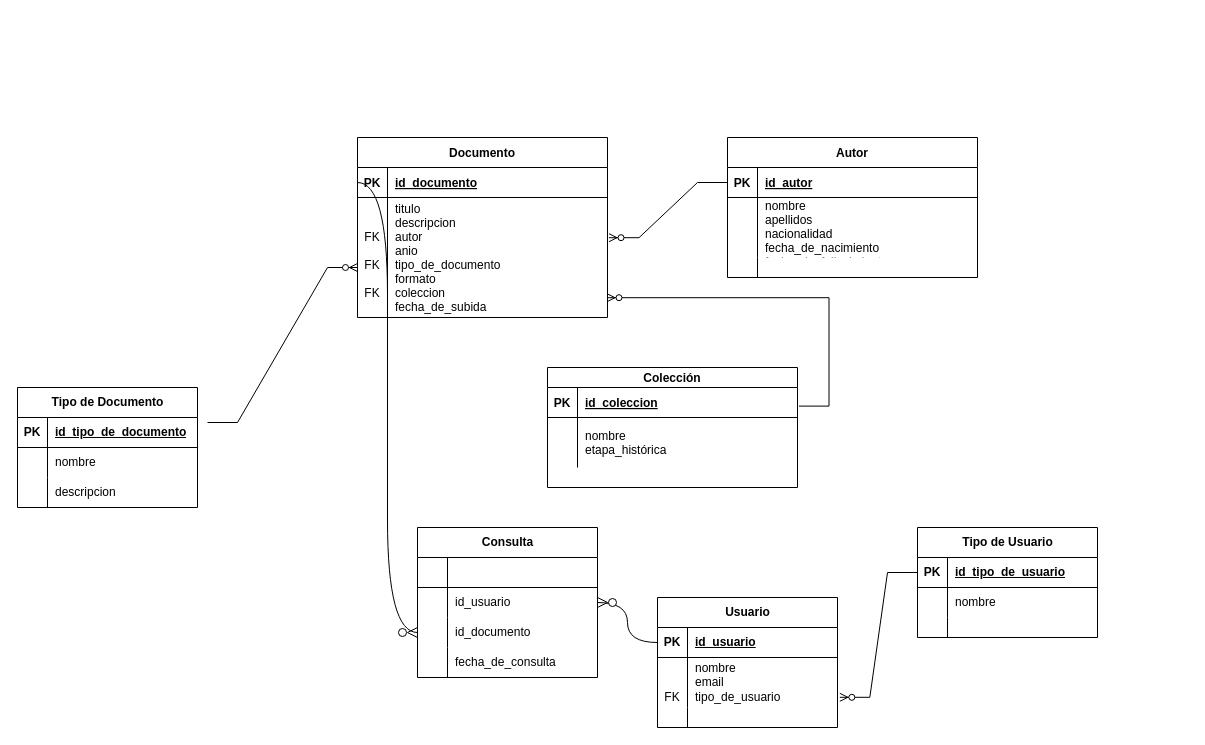
This is aetas-historia-ER.drawio from reyes-art-car/aetas-historia, a draw.io file, before an edit. Source tidied: cells renumbered, new cells numbered last; positions are measured from the earlier drawing's top-left corner, leaving out a move shared by most shapes. Both pictures are drawn from the tidied source at 100%, with x=0, y=0 at pixel (17, 137).
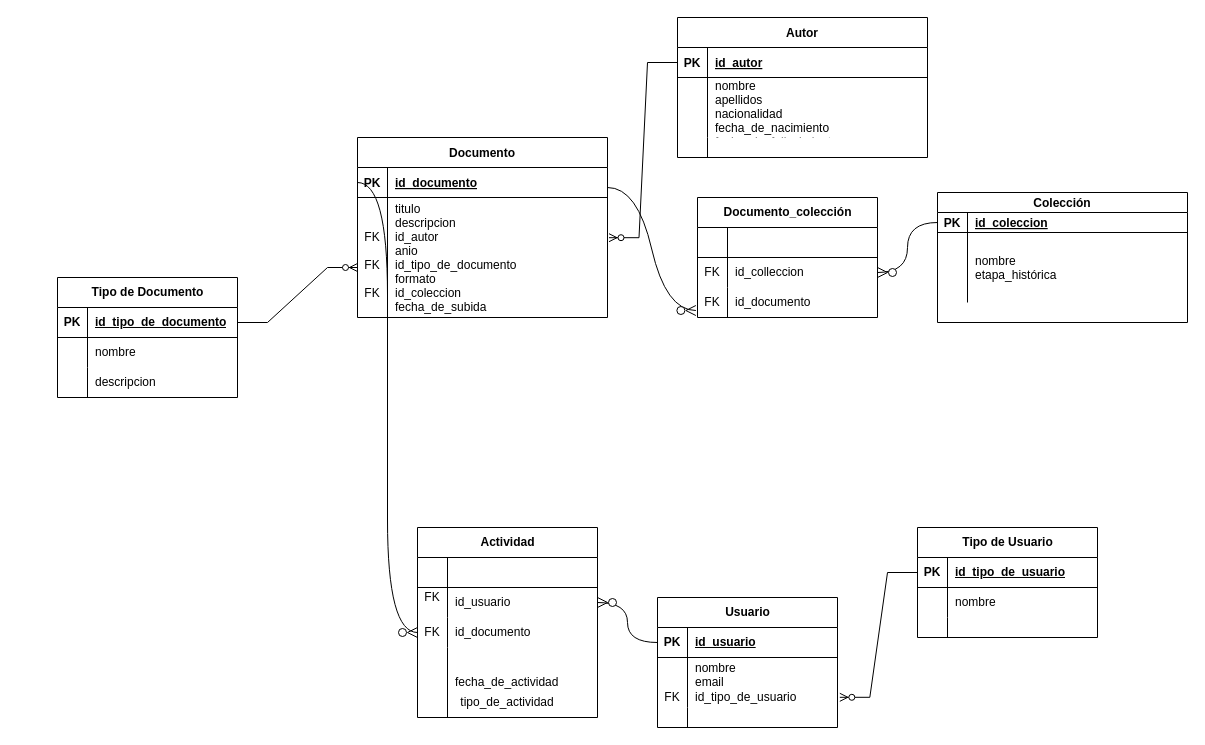
After the change.

Unchanged cells that the change refers to:
```xml
<mxCell id="23" style="shape=partialRectangle;fillColor=none;points=[[0,0.5],[1,0.5]];portConstraint=eastwest;top=0;left=0;right=0;bottom=0;" parent="19" vertex="1">
  <mxGeometry y="60" width="250" height="120" as="geometry" />
</mxCell>
<mxCell id="27" style="shape=tableRow;horizontal=0;startSize=0;swimlaneHead=0;swimlaneBody=0;fillColor=none;points=[[0,0.5],[1,0.5]];portConstraint=eastwest;top=0;left=0;right=0;bottom=1;" parent="26" vertex="1">
  <mxGeometry y="30" width="180" height="30" as="geometry" />
</mxCell>
<mxCell id="40" style="shape=tableRow;horizontal=0;startSize=0;swimlaneHead=0;swimlaneBody=0;fillColor=none;points=[[0,0.5],[1,0.5]];portConstraint=eastwest;top=0;left=0;right=0;bottom=0;" parent="36" vertex="1">
  <mxGeometry y="60" width="180" height="50" as="geometry" />
</mxCell>
<mxCell id="64" style="shape=tableRow;horizontal=0;startSize=0;swimlaneHead=0;swimlaneBody=0;fillColor=none;points=[[0,0.5],[1,0.5]];portConstraint=eastwest;top=0;left=0;right=0;bottom=0;" parent="60" vertex="1">
  <mxGeometry y="60" width="180" height="30" as="geometry" />
</mxCell>
<mxCell id="67" style="shape=tableRow;horizontal=0;startSize=0;swimlaneHead=0;swimlaneBody=0;fillColor=none;points=[[0,0.5],[1,0.5]];portConstraint=eastwest;top=0;left=0;right=0;bottom=0;" parent="60" vertex="1">
  <mxGeometry y="90" width="180" height="30" as="geometry" />
</mxCell>
```

The edit, as a diff of the source:
```diff
@@
     <mxCell id="2" value="Autor" style="shape=table;startSize=30;childLayout=tableLayout;rowLines=0;fontStyle=1;align=center;" parent="1" vertex="1">
-      <mxGeometry x="710" width="250" height="140" as="geometry" />
+      <mxGeometry x="660" y="-120" width="250" height="140" as="geometry" />
     </mxCell>
@@
     <mxCell id="12" value="Colección" style="shape=table;startSize=20;childLayout=tableLayout;rowLines=0;fontStyle=1;align=center;" parent="1" vertex="1">
-      <mxGeometry x="530" y="230" width="250" height="120" as="geometry" />
+      <mxGeometry x="920" y="55" width="250" height="130" as="geometry" />
     </mxCell>
     <mxCell id="13" style="shape=partialRectangle;fillColor=none;points=[[0,0.5],[1,0.5]];portConstraint=eastwest;top=0;left=0;right=0;bottom=1;" parent="12" vertex="1">
-      <mxGeometry y="20" width="250" height="30" as="geometry" />
+      <mxGeometry y="20" width="250" height="20" as="geometry" />
     </mxCell>
     <mxCell id="14" value="PK" style="shape=partialRectangle;overflow=hidden;fillColor=none;top=0;left=0;bottom=0;right=0;fontStyle=1;" parent="13" vertex="1">
-      <mxGeometry width="30" height="30" as="geometry" />
+      <mxGeometry width="30" height="20" as="geometry" />
     </mxCell>
     <mxCell id="15" value="id_coleccion" style="shape=partialRectangle;overflow=hidden;fillColor=none;top=0;left=0;bottom=0;right=0;align=left;spacingLeft=6;fontStyle=5;" parent="13" vertex="1">
-      <mxGeometry x="30" width="220" height="30" as="geometry" />
+      <mxGeometry x="30" width="220" height="20" as="geometry" />
     </mxCell>
     <mxCell id="16" style="shape=partialRectangle;fillColor=none;top=0;left=0;right=0;bottom=0;" parent="12" vertex="1">
-      <mxGeometry y="50" width="250" height="50" as="geometry" />
+      <mxGeometry y="40" width="250" height="70" as="geometry" />
     </mxCell>
     <mxCell id="17" style="shape=partialRectangle;overflow=hidden;fillColor=none;top=0;left=0;bottom=0;right=0;" parent="16" vertex="1">
-      <mxGeometry width="30" height="50" as="geometry" />
+      <mxGeometry width="30" height="70" as="geometry" />
     </mxCell>
     <mxCell id="18" value="nombre&#10;etapa_histórica" style="shape=partialRectangle;overflow=hidden;fillColor=none;top=0;left=0;bottom=0;right=0;align=left;spacingLeft=6;" parent="16" vertex="1">
-      <mxGeometry x="30" width="220" height="50" as="geometry" />
+      <mxGeometry x="30" width="220" height="70" as="geometry" />
     </mxCell>
@@
-    <mxCell id="25" value="titulo&#10;descripcion&#10;autor&#10;anio&#10;tipo_de_documento&#10;formato&#10;coleccion&#10;fecha_de_subida" style="shape=partialRectangle;overflow=hidden;fillColor=none;top=0;left=0;bottom=0;right=0;align=left;spacingLeft=6;" parent="23" vertex="1">
+    <mxCell id="25" value="titulo&#10;descripcion&#10;id_autor&#10;anio&#10;id_tipo_de_documento&#10;formato&#10;id_coleccion&#10;fecha_de_subida" style="shape=partialRectangle;overflow=hidden;fillColor=none;top=0;left=0;bottom=0;right=0;align=left;spacingLeft=6;" parent="23" vertex="1">
       <mxGeometry x="30" width="220" height="120" as="geometry" />
     </mxCell>
     <mxCell id="26" value="Tipo de Documento" style="shape=table;startSize=30;childLayout=tableLayout;rowLines=0;fontStyle=1;align=center;html=1;" parent="1" vertex="1">
-      <mxGeometry y="250" width="180" height="120" as="geometry" />
+      <mxGeometry x="40" y="140" width="180" height="120" as="geometry" />
     </mxCell>
@@
-    <mxCell id="42" value="nombre&lt;div&gt;email&lt;/div&gt;&lt;div&gt;tipo_de_usuario&lt;/div&gt;" style="shape=partialRectangle;fillColor=none;top=0;left=0;bottom=0;right=0;align=left;spacingLeft=6;overflow=hidden;whiteSpace=wrap;html=1;" parent="40" vertex="1">
+    <mxCell id="42" value="nombre&lt;div&gt;email&lt;/div&gt;&lt;div&gt;id_tipo_de_usuario&lt;/div&gt;" style="shape=partialRectangle;fillColor=none;top=0;left=0;bottom=0;right=0;align=left;spacingLeft=6;overflow=hidden;whiteSpace=wrap;html=1;" parent="40" vertex="1">
       <mxGeometry x="30" width="150" height="50" as="geometry" />
     </mxCell>
@@
-    <mxCell id="56" style="edgeStyle=entityRelationEdgeStyle;fontSize=12;html=1;endArrow=ERzeroToMany;endFill=1;rounded=0;" parent="1" edge="1">
+    <mxCell id="56" style="edgeStyle=entityRelationEdgeStyle;fontSize=12;html=1;endArrow=ERzeroToMany;endFill=1;rounded=0;exitX=1;exitY=0.5;exitDx=0;exitDy=0;" parent="1" edge="1" source="27">
       <mxGeometry relative="1" as="geometry">
-        <mxPoint x="190" y="285" as="sourcePoint" />
         <mxPoint x="340" y="130" as="targetPoint" />
       </mxGeometry>
     </mxCell>
-    <mxCell id="57" style="edgeStyle=entityRelationEdgeStyle;fontSize=12;html=1;endArrow=ERzeroToMany;endFill=1;rounded=0;entryX=0.998;entryY=0.835;entryDx=0;entryDy=0;entryPerimeter=0;" parent="1" edge="1" target="23">
-      <mxGeometry relative="1" as="geometry">
-        <mxPoint x="781.5" y="268.6" as="sourcePoint" />
-        <Array as="points">
-          <mxPoint x="601.5" y="153.6" />
-          <mxPoint x="841.5" y="143.6" />
-          <mxPoint x="611.5" y="103.6" />
-        </Array>
-      </mxGeometry>
-    </mxCell>
@@
-    <mxCell id="60" value="Consulta" style="shape=table;startSize=30;childLayout=tableLayout;rowLines=0;fontStyle=1;align=center;html=1;" parent="1" vertex="1">
-      <mxGeometry x="400" y="390" width="180" height="150" as="geometry" />
+    <mxCell id="60" value="Actividad" style="shape=table;startSize=30;childLayout=tableLayout;rowLines=0;fontStyle=1;align=center;html=1;" parent="1" vertex="1">
+      <mxGeometry x="400" y="390" width="180" height="190" as="geometry" />
     </mxCell>
@@
-    <mxCell id="65" style="shape=partialRectangle;fillColor=none;top=0;left=0;bottom=0;right=0;overflow=hidden;whiteSpace=wrap;html=1;" parent="64" vertex="1">
+    <mxCell id="65" value="FK&lt;div&gt;&lt;br&gt;&lt;/div&gt;" style="shape=partialRectangle;fillColor=none;top=0;left=0;bottom=0;right=0;overflow=hidden;whiteSpace=wrap;html=1;" parent="64" vertex="1">
       <mxGeometry width="30" height="30" as="geometry" />
     </mxCell>
@@
-    <mxCell id="68" style="shape=partialRectangle;fillColor=none;top=0;left=0;bottom=0;right=0;overflow=hidden;whiteSpace=wrap;html=1;" parent="67" vertex="1">
+    <mxCell id="68" value="FK" style="shape=partialRectangle;fillColor=none;top=0;left=0;bottom=0;right=0;overflow=hidden;whiteSpace=wrap;html=1;" parent="67" vertex="1">
       <mxGeometry width="30" height="30" as="geometry" />
     </mxCell>
@@
     <mxCell id="70" style="shape=tableRow;horizontal=0;startSize=0;swimlaneHead=0;swimlaneBody=0;fillColor=none;top=0;left=0;right=0;bottom=0;" parent="60" vertex="1">
-      <mxGeometry y="120" width="180" height="30" as="geometry" />
+      <mxGeometry y="120" width="180" height="70" as="geometry" />
     </mxCell>
     <mxCell id="71" style="shape=partialRectangle;fillColor=none;top=0;left=0;bottom=0;right=0;overflow=hidden;whiteSpace=wrap;html=1;" parent="70" vertex="1">
-      <mxGeometry width="30" height="30" as="geometry" />
+      <mxGeometry width="30" height="70" as="geometry" />
     </mxCell>
-    <mxCell id="72" value="fecha_de_consulta" style="shape=partialRectangle;fillColor=none;top=0;left=0;bottom=0;right=0;align=left;spacingLeft=6;overflow=hidden;whiteSpace=wrap;html=1;" parent="70" vertex="1">
-      <mxGeometry x="30" width="150" height="30" as="geometry" />
+    <mxCell id="72" value="fecha_de_actividad" style="shape=partialRectangle;fillColor=none;top=0;left=0;bottom=0;right=0;align=left;spacingLeft=6;overflow=hidden;whiteSpace=wrap;html=1;" parent="70" vertex="1">
+      <mxGeometry x="30" width="150" height="70" as="geometry" />
     </mxCell>
@@
+    <mxCell id="75" value="tipo_de_actividad" style="text;html=1;align=center;verticalAlign=middle;whiteSpace=wrap;rounded=0;" parent="1" vertex="1">
+      <mxGeometry x="460" y="550" width="60" height="30" as="geometry" />
+    </mxCell>
+    <mxCell id="76" value="Documento_colección" style="shape=table;startSize=30;childLayout=tableLayout;rowLines=0;fontStyle=1;align=center;html=1;" parent="1" vertex="1">
+      <mxGeometry x="680" y="60" width="180" height="120" as="geometry" />
+    </mxCell>
+    <mxCell id="77" style="shape=tableRow;horizontal=0;startSize=0;swimlaneHead=0;swimlaneBody=0;fillColor=none;top=0;left=0;right=0;bottom=1;" parent="76" vertex="1">
+      <mxGeometry y="30" width="180" height="30" as="geometry" />
+    </mxCell>
+    <mxCell id="78" style="shape=partialRectangle;fillColor=none;top=0;left=0;bottom=0;right=0;fontStyle=1;overflow=hidden;whiteSpace=wrap;html=1;" parent="77" vertex="1">
+      <mxGeometry width="30" height="30" as="geometry" />
+    </mxCell>
+    <mxCell id="79" style="shape=partialRectangle;fillColor=none;top=0;left=0;bottom=0;right=0;align=left;spacingLeft=6;fontStyle=5;overflow=hidden;whiteSpace=wrap;html=1;" parent="77" vertex="1">
+      <mxGeometry x="30" width="150" height="30" as="geometry" />
+    </mxCell>
+    <mxCell id="80" style="shape=tableRow;horizontal=0;startSize=0;swimlaneHead=0;swimlaneBody=0;fillColor=none;points=[[0,0.5],[1,0.5]];portConstraint=eastwest;top=0;left=0;right=0;bottom=0;" parent="76" vertex="1">
+      <mxGeometry y="60" width="180" height="30" as="geometry" />
+    </mxCell>
+    <mxCell id="81" value="FK" style="shape=partialRectangle;fillColor=none;top=0;left=0;bottom=0;right=0;overflow=hidden;whiteSpace=wrap;html=1;" parent="80" vertex="1">
+      <mxGeometry width="30" height="30" as="geometry" />
+    </mxCell>
+    <mxCell id="82" value="id_colleccion" style="shape=partialRectangle;fillColor=none;top=0;left=0;bottom=0;right=0;align=left;spacingLeft=6;overflow=hidden;whiteSpace=wrap;html=1;" parent="80" vertex="1">
+      <mxGeometry x="30" width="150" height="30" as="geometry" />
+    </mxCell>
+    <mxCell id="83" style="shape=tableRow;horizontal=0;startSize=0;swimlaneHead=0;swimlaneBody=0;fillColor=none;points=[[0,0.5],[1,0.5]];portConstraint=eastwest;top=0;left=0;right=0;bottom=0;" parent="76" vertex="1">
+      <mxGeometry y="90" width="180" height="30" as="geometry" />
+    </mxCell>
+    <mxCell id="84" value="FK" style="shape=partialRectangle;fillColor=none;top=0;left=0;bottom=0;right=0;overflow=hidden;whiteSpace=wrap;html=1;" parent="83" vertex="1">
+      <mxGeometry width="30" height="30" as="geometry" />
+    </mxCell>
+    <mxCell id="85" value="id_documento" style="shape=partialRectangle;fillColor=none;top=0;left=0;bottom=0;right=0;align=left;spacingLeft=6;overflow=hidden;whiteSpace=wrap;html=1;" parent="83" vertex="1">
+      <mxGeometry x="30" width="150" height="30" as="geometry" />
+    </mxCell>
+    <mxCell id="86" style="edgeStyle=entityRelationEdgeStyle;fontSize=12;html=1;endArrow=ERzeroToMany;endFill=1;rounded=0;startSize=8;endSize=8;curved=1;exitX=0;exitY=0.5;exitDx=0;exitDy=0;entryX=1;entryY=0.5;entryDx=0;entryDy=0;" parent="1" edge="1" source="13" target="80">
+      <mxGeometry relative="1" as="geometry" />
+    </mxCell>
+    <mxCell id="87" style="edgeStyle=entityRelationEdgeStyle;fontSize=12;html=1;endArrow=ERzeroToMany;endFill=1;rounded=0;startSize=8;endSize=8;curved=1;entryX=-0.009;entryY=0.767;entryDx=0;entryDy=0;entryPerimeter=0;" parent="1" edge="1" target="83">
+      <mxGeometry relative="1" as="geometry">
+        <mxPoint x="590" y="50" as="sourcePoint" />
+      </mxGeometry>
+    </mxCell>
```
